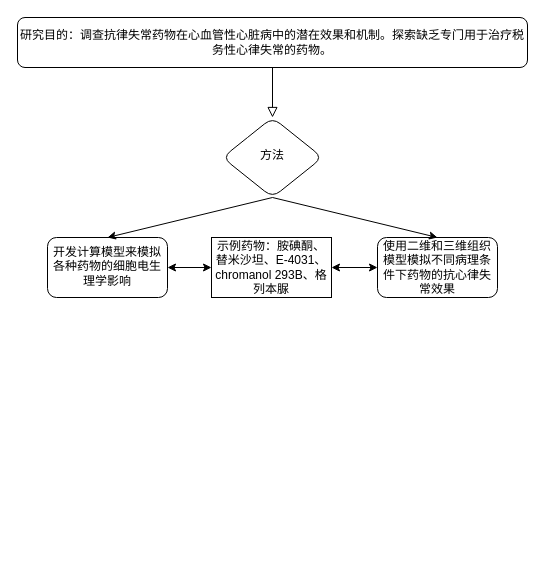
Earlier version of the draw.io diagram 未命名绘图.drawio (wzcsuxy/spinecenter). Source tidied: cells renumbered, new cells numbered last; positions are measured from the earlier drawing's top-left corner, leaving out a move shared by most shapes. Both pictures are drawn from the tidied source at 100%, with x=0, y=0 at pixel (17, 17).
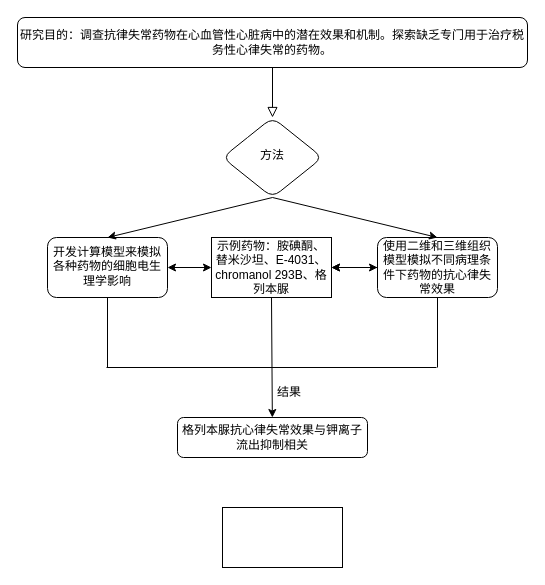
The same page after the edit.

Commit message (it also covers changes not shown here):
更新未命名绘图.drawio

Unchanged cells that the change refers to:
```xml
<mxCell id="5" value="开发计算模型来模拟各种药物的细胞电生理学影响" style="rounded=1;whiteSpace=wrap;html=1;hachureGap=4;fontFamily=Architects Daughter;" parent="1" vertex="1">
  <mxGeometry x="30" y="220" width="120" height="60" as="geometry" />
</mxCell>
<mxCell id="7" value="使用二维和三维组织模型模拟不同病理条件下药物的抗心律失常效果" style="rounded=1;whiteSpace=wrap;html=1;" parent="1" vertex="1">
  <mxGeometry x="360" y="220" width="120" height="60" as="geometry" />
</mxCell>
<mxCell id="9" value="示例药物：胺碘酮、替米沙坦、E-4031、chromanol 293B、格列本脲" style="rounded=0;whiteSpace=wrap;html=1;" parent="1" vertex="1">
  <mxGeometry x="194" y="220" width="120" height="60" as="geometry" />
</mxCell>
```

Change to the diagram source:
```diff
@@
+    <mxCell id="12" style="edgeStyle=orthogonalEdgeStyle;rounded=0;jettySize=auto;html=1;" parent="1" edge="1" source="7" target="9">
+      <mxGeometry relative="1" as="geometry" />
+    </mxCell>
@@
+    <mxCell id="13" style="endArrow=classic;html=1;rounded=0;exitX=0.5;exitY=1;exitDx=0;exitDy=0;" parent="1" edge="1" source="9" target="14">
+      <mxGeometry relative="1" as="geometry" />
+    </mxCell>
+    <mxCell id="14" value="格列本脲抗心律失常效果与钾离子流出抑制相关" style="rounded=1;whiteSpace=wrap;html=1;" parent="1" vertex="1">
+      <mxGeometry x="160" y="400" width="190" height="40" as="geometry" />
+    </mxCell>
+    <mxCell id="15" style="endArrow=none;html=1;rounded=0;entryX=0.5;entryY=1;entryDx=0;entryDy=0;" parent="1" edge="1" target="5">
+      <mxGeometry relative="1" as="geometry">
+        <mxPoint x="90" y="350" as="sourcePoint" />
+      </mxGeometry>
+    </mxCell>
+    <mxCell id="16" style="endArrow=none;html=1;rounded=0;" parent="1" edge="1">
+      <mxGeometry relative="1" as="geometry">
+        <mxPoint x="89" y="350" as="sourcePoint" />
+        <mxPoint x="419" y="350" as="targetPoint" />
+      </mxGeometry>
+    </mxCell>
+    <mxCell id="17" style="endArrow=none;html=1;rounded=0;entryX=0.5;entryY=1;entryDx=0;entryDy=0;" parent="1" edge="1" target="7">
+      <mxGeometry relative="1" as="geometry">
+        <mxPoint x="420" y="350" as="sourcePoint" />
+      </mxGeometry>
+    </mxCell>
+    <mxCell id="18" value="结果" style="text;strokeColor=none;fillColor=none;align=left;verticalAlign=middle;spacingLeft=4;spacingRight=4;overflow=hidden;whiteSpace=wrap;html=1;" parent="1" vertex="1">
+      <mxGeometry x="254" y="360" width="80" height="30" as="geometry" />
+    </mxCell>
+    <mxCell id="19" style="rounded=0;whiteSpace=wrap;html=1;" parent="1" vertex="1">
+      <mxGeometry x="205" y="490" width="120" height="60" as="geometry" />
+    </mxCell>
```
